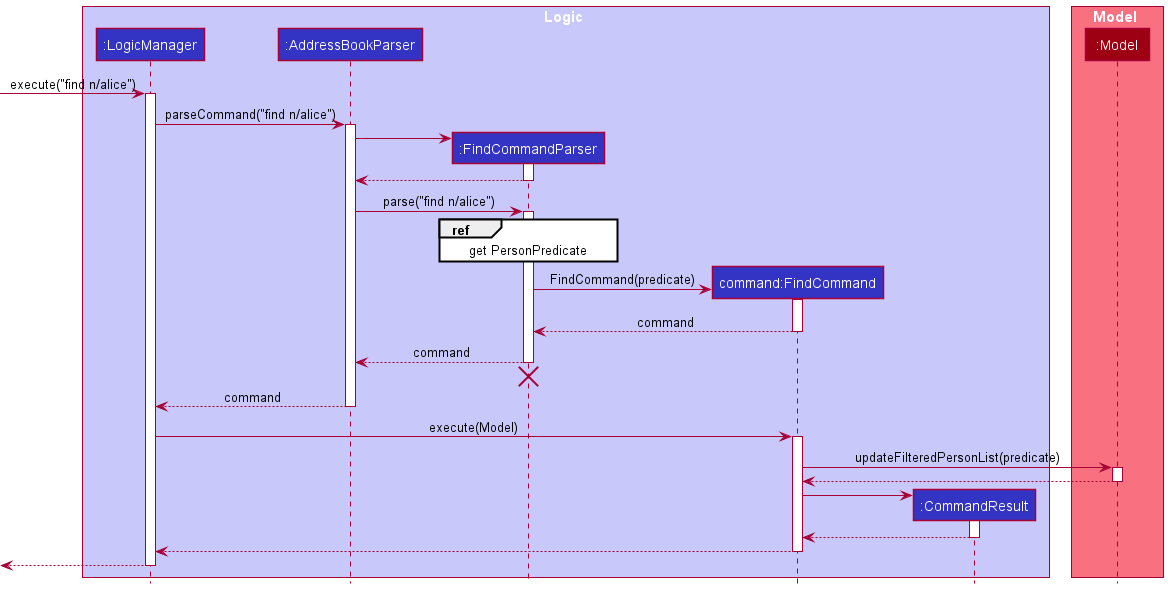
Earlier version of the PlantUML export docs/images/FindSequenceDiagram.png (tandeshao/tp). Source of this version:
```plantuml
@startuml
!include style.puml

box Logic LOGIC_COLOR_T1
participant ":LogicManager" as LogicManager LOGIC_COLOR
participant ":AddressBookParser" as AddressBookParser LOGIC_COLOR
participant ":FindCommandParser" as FindCommandParser LOGIC_COLOR
participant "command:FindCommand" as FindCommand LOGIC_COLOR
participant ":CommandResult" as CommandResult LOGIC_COLOR
end box

skinparam BoxPadding 10

box Model MODEL_COLOR_T1
participant ":Model" as Model MODEL_COLOR
end box

[-> LogicManager : execute("find n/alice")
activate LogicManager

LogicManager -> AddressBookParser : parseCommand("find n/alice")
activate AddressBookParser

create FindCommandParser
AddressBookParser -> FindCommandParser
activate FindCommandParser

FindCommandParser --> AddressBookParser
deactivate FindCommandParser

AddressBookParser -> FindCommandParser : parse("find n/alice")
activate FindCommandParser

ref over FindCommandParser : get PersonPredicate

create FindCommand
FindCommandParser -> FindCommand : FindCommand(predicate)
activate FindCommand

FindCommand --> FindCommandParser: command
deactivate FindCommand

FindCommandParser --> AddressBookParser : command
deactivate FindCommandParser
FindCommandParser -[hidden]-> AddressBookParser
destroy FindCommandParser

AddressBookParser --> LogicManager : command
deactivate AddressBookParser

LogicManager -> FindCommand : execute(Model)
activate FindCommand

FindCommand -> Model : updateFilteredPersonList(predicate)
activate Model

Model --> FindCommand
deactivate Model

create CommandResult
FindCommand -> CommandResult
activate CommandResult

CommandResult --> FindCommand
deactivate CommandResult

FindCommand --> LogicManager
deactivate FindCommand

[<--LogicManager
deactivate LogicManager
@enduml
```
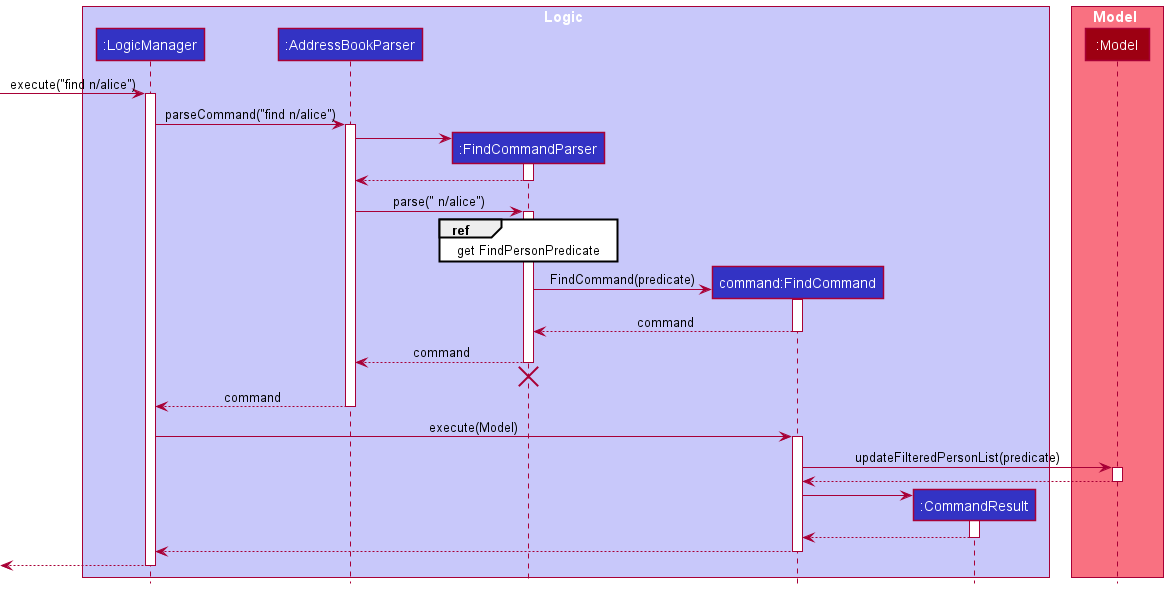
The same diagram one commit later.

Change to the diagram source:
```diff
@@ -28,10 +28,10 @@
 FindCommandParser --> AddressBookParser
 deactivate FindCommandParser
 
-AddressBookParser -> FindCommandParser : parse("find n/alice")
+AddressBookParser -> FindCommandParser : parse(" n/alice")
 activate FindCommandParser
 
-ref over FindCommandParser : get PersonPredicate
+ref over FindCommandParser : get FindPersonPredicate
 
 create FindCommand
 FindCommandParser -> FindCommand : FindCommand(predicate)
```
